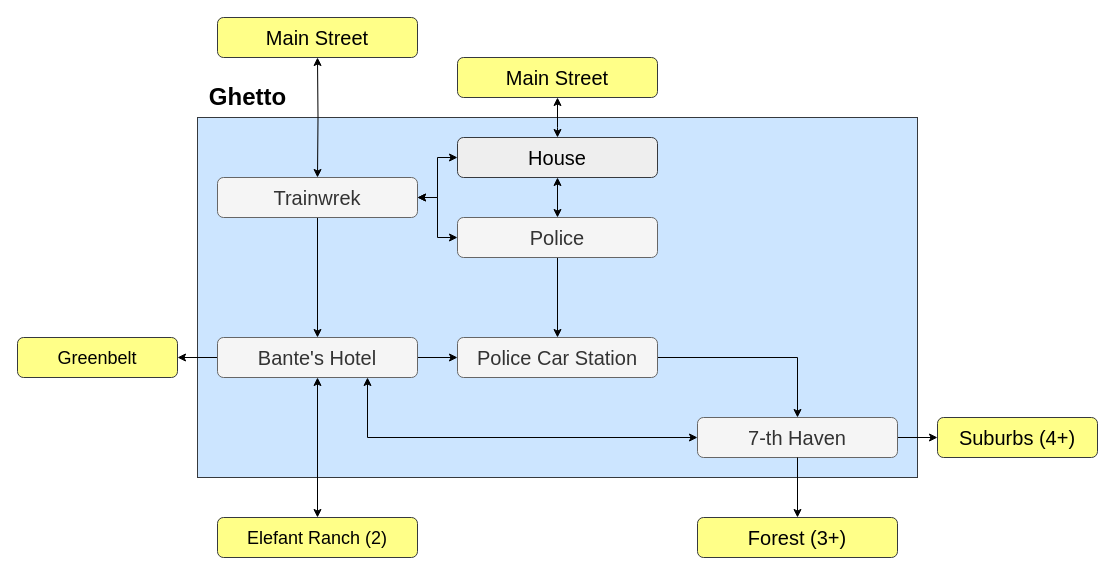
twinfacer/Gamez keeps this draw.io diagram as page "Ghetto" (7 of 21) of Postal 2/postal_map.drawio. Above is the earlier version. Source tidied: cells renumbered, new cells numbered last; positions are measured from the earlier drawing's top-left corner, leaving out a move shared by most shapes. Both pictures are drawn from the tidied source at 100%, with x=0, y=0 at pixel (17, 17).
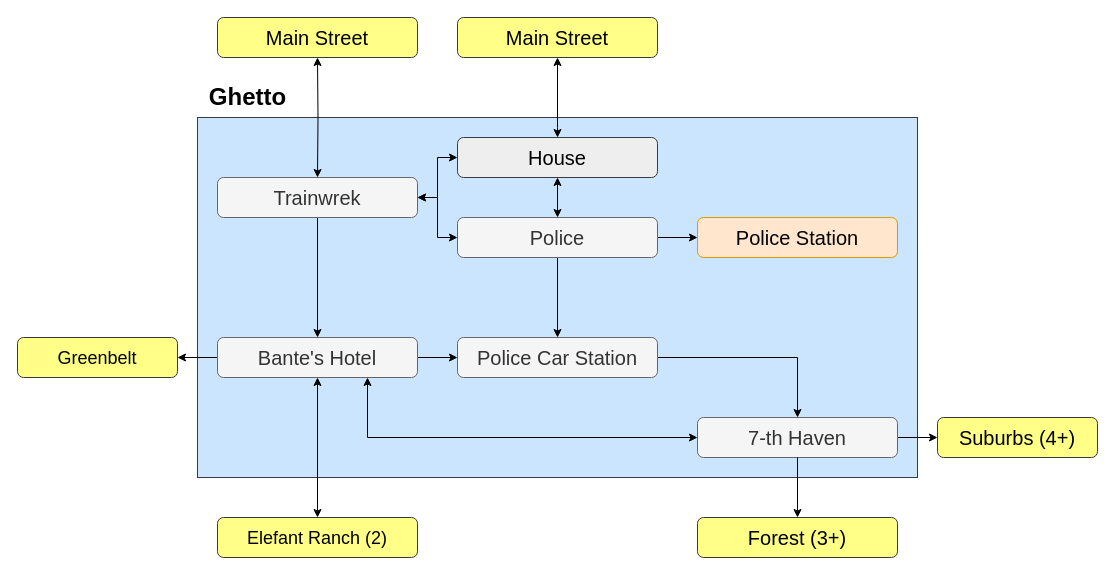
After the change.

The change refers to these unchanged cells:
```xml
<mxCell id="10" value="Police" style="rounded=1;whiteSpace=wrap;html=1;fontSize=20;fillColor=#f5f5f5;strokeColor=#666666;fontColor=#333333;" parent="1" vertex="1">
  <mxGeometry x="440" y="200" width="200" height="40" as="geometry" />
</mxCell>
```

Diff of the diagram source:
```diff
@@
     <mxCell id="7" value="Main Street" style="rounded=1;whiteSpace=wrap;html=1;fontSize=20;fillColor=#ffff88;strokeColor=#36393d;" parent="1" vertex="1">
-      <mxGeometry x="440" y="40" width="200" height="40" as="geometry" />
+      <mxGeometry x="440" width="200" height="40" as="geometry" />
     </mxCell>
@@
+    <mxCell id="30" style="edgeStyle=orthogonalEdgeStyle;rounded=0;jettySize=auto;html=1;exitX=1;exitY=0.5;exitDx=0;exitDy=0;entryX=0;entryY=0.5;entryDx=0;entryDy=0;" parent="1" edge="1" source="10" target="31">
+      <mxGeometry relative="1" as="geometry" />
+    </mxCell>
@@
+    <mxCell id="31" value="Police Station" style="rounded=1;whiteSpace=wrap;html=1;fontSize=20;fillColor=#ffe6cc;strokeColor=#d79b00;" parent="1" vertex="1">
+      <mxGeometry x="680" y="200" width="200" height="40" as="geometry" />
+    </mxCell>
```
